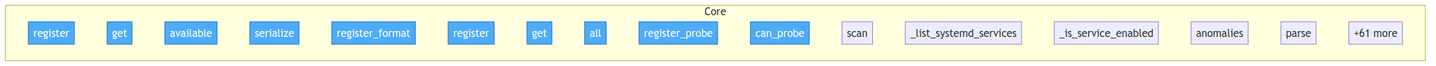
The Mermaid diagram project/flow.png in semcod/op3, before a commit. Its source is kept beside it as project/flow.mmd. Its diagram source:
```mermaid
flowchart TD

    classDef entry fill:#4dabf7,stroke:#1971c2,color:#fff

    subgraph Core
        src__opstree__formats__registry__FormatRegistry__register["register"]
        src__opstree__formats__registry__FormatRegistry__get["get"]
        src__opstree__formats__registry__FormatRegistry__available["available"]
        src__opstree__formats__registry__FormatRegistry__serialize["serialize"]
        src__opstree__formats__registry__register_format["register_format"]
        src__opstree__probes__registry__ProbeRegistry__register["register"]
        src__opstree__probes__registry__ProbeRegistry__get["get"]
        src__opstree__probes__registry__ProbeRegistry__all["all"]
        src__opstree__probes__registry__register_probe["register_probe"]
        src__opstree__probes__builtin__service_containers__ServiceContainersProbe__can_probe["can_probe"]
        src__opstree__probes__builtin__service_containers__ServiceContainersProbe__scan["scan"]
        src__opstree__probes__builtin__service_containers__ServiceContainersProbe___list_systemd_services["_list_systemd_services"]
        src__opstree__probes__builtin__service_containers__ServiceContainersProbe___is_service_enabled["_is_service_enabled"]
        src__opstree__probes__builtin__service_containers__ServiceContainersProbe__anomalies["anomalies"]
        src__opstree__formats__snapshot_yaml__SnapshotYamlAdapter__parse["parse"]
        ...["+61 more"]
    end

    class src__opstree__formats__registry__FormatRegistry__register,src__opstree__formats__registry__FormatRegistry__get,src__opstree__formats__registry__FormatRegistry__available,src__opstree__formats__registry__FormatRegistry__serialize,src__opstree__formats__registry__register_format,src__opstree__probes__registry__ProbeRegistry__register,src__opstree__probes__registry__ProbeRegistry__get,src__opstree__probes__registry__ProbeRegistry__all,src__opstree__probes__registry__register_probe,src__opstree__probes__builtin__service_containers__ServiceContainersProbe__can_probe entry
```
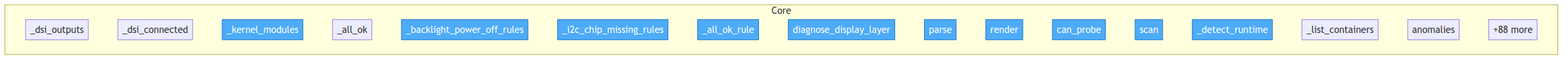
After the commit.

Change to the diagram source:
```diff
@@ -3,22 +3,22 @@
     classDef entry fill:#4dabf7,stroke:#1971c2,color:#fff
 
     subgraph Core
-        src__opstree__formats__registry__FormatRegistry__register["register"]
-        src__opstree__formats__registry__FormatRegistry__get["get"]
-        src__opstree__formats__registry__FormatRegistry__available["available"]
-        src__opstree__formats__registry__FormatRegistry__serialize["serialize"]
-        src__opstree__formats__registry__register_format["register_format"]
-        src__opstree__probes__registry__ProbeRegistry__register["register"]
-        src__opstree__probes__registry__ProbeRegistry__get["get"]
-        src__opstree__probes__registry__ProbeRegistry__all["all"]
-        src__opstree__probes__registry__register_probe["register_probe"]
-        src__opstree__probes__builtin__service_containers__ServiceContainersProbe__can_probe["can_probe"]
-        src__opstree__probes__builtin__service_containers__ServiceContainersProbe__scan["scan"]
-        src__opstree__probes__builtin__service_containers__ServiceContainersProbe___list_systemd_services["_list_systemd_services"]
-        src__opstree__probes__builtin__service_containers__ServiceContainersProbe___is_service_enabled["_is_service_enabled"]
-        src__opstree__probes__builtin__service_containers__ServiceContainersProbe__anomalies["anomalies"]
-        src__opstree__formats__snapshot_yaml__SnapshotYamlAdapter__parse["parse"]
-        ...["+61 more"]
+        src__opstree__probes__builtin__rpi_diagnostics___dsi_outputs["_dsi_outputs"]
+        src__opstree__probes__builtin__rpi_diagnostics___dsi_connected["_dsi_connected"]
+        src__opstree__probes__builtin__rpi_diagnostics___kernel_modules["_kernel_modules"]
+        src__opstree__probes__builtin__rpi_diagnostics___all_ok["_all_ok"]
+        src__opstree__probes__builtin__rpi_diagnostics___backlight_power_off_rules["_backlight_power_off_rules"]
+        src__opstree__probes__builtin__rpi_diagnostics___i2c_chip_missing_rules["_i2c_chip_missing_rules"]
+        src__opstree__probes__builtin__rpi_diagnostics___all_ok_rule["_all_ok_rule"]
+        src__opstree__probes__builtin__rpi_diagnostics__diagnose_display_layer["diagnose_display_layer"]
+        src__opstree__formats__migration_yaml__MigrationYamlAdapter__parse["parse"]
+        src__opstree__formats__migration_yaml__MigrationYamlAdapter__render["render"]
+        src__opstree__probes__builtin__runtime_container__RuntimeContainerProbe__can_probe["can_probe"]
+        src__opstree__probes__builtin__runtime_container__RuntimeContainerProbe__scan["scan"]
+        src__opstree__probes__builtin__runtime_container__RuntimeContainerProbe___detect_runtime["_detect_runtime"]
+        src__opstree__probes__builtin__runtime_container__RuntimeContainerProbe___list_containers["_list_containers"]
+        src__opstree__probes__builtin__runtime_container__RuntimeContainerProbe__anomalies["anomalies"]
+        ...["+88 more"]
     end
 
-    class src__opstree__formats__registry__FormatRegistry__register,src__opstree__formats__registry__FormatRegistry__get,src__opstree__formats__registry__FormatRegistry__available,src__opstree__formats__registry__FormatRegistry__serialize,src__opstree__formats__registry__register_format,src__opstree__probes__registry__ProbeRegistry__register,src__opstree__probes__registry__ProbeRegistry__get,src__opstree__probes__registry__ProbeRegistry__all,src__opstree__probes__registry__register_probe,src__opstree__probes__builtin__service_containers__ServiceContainersProbe__can_probe entry
+    class src__opstree__probes__builtin__rpi_diagnostics___kernel_modules,src__opstree__probes__builtin__rpi_diagnostics___backlight_power_off_rules,src__opstree__probes__builtin__rpi_diagnostics___i2c_chip_missing_rules,src__opstree__probes__builtin__rpi_diagnostics___all_ok_rule,src__opstree__probes__builtin__rpi_diagnostics__diagnose_display_layer,src__opstree__formats__migration_yaml__MigrationYamlAdapter__parse,src__opstree__formats__migration_yaml__MigrationYamlAdapter__render,src__opstree__probes__builtin__runtime_container__RuntimeContainerProbe__can_probe,src__opstree__probes__builtin__runtime_container__RuntimeContainerProbe__scan,src__opstree__probes__builtin__runtime_container__RuntimeContainerProbe___detect_runtime entry
```
